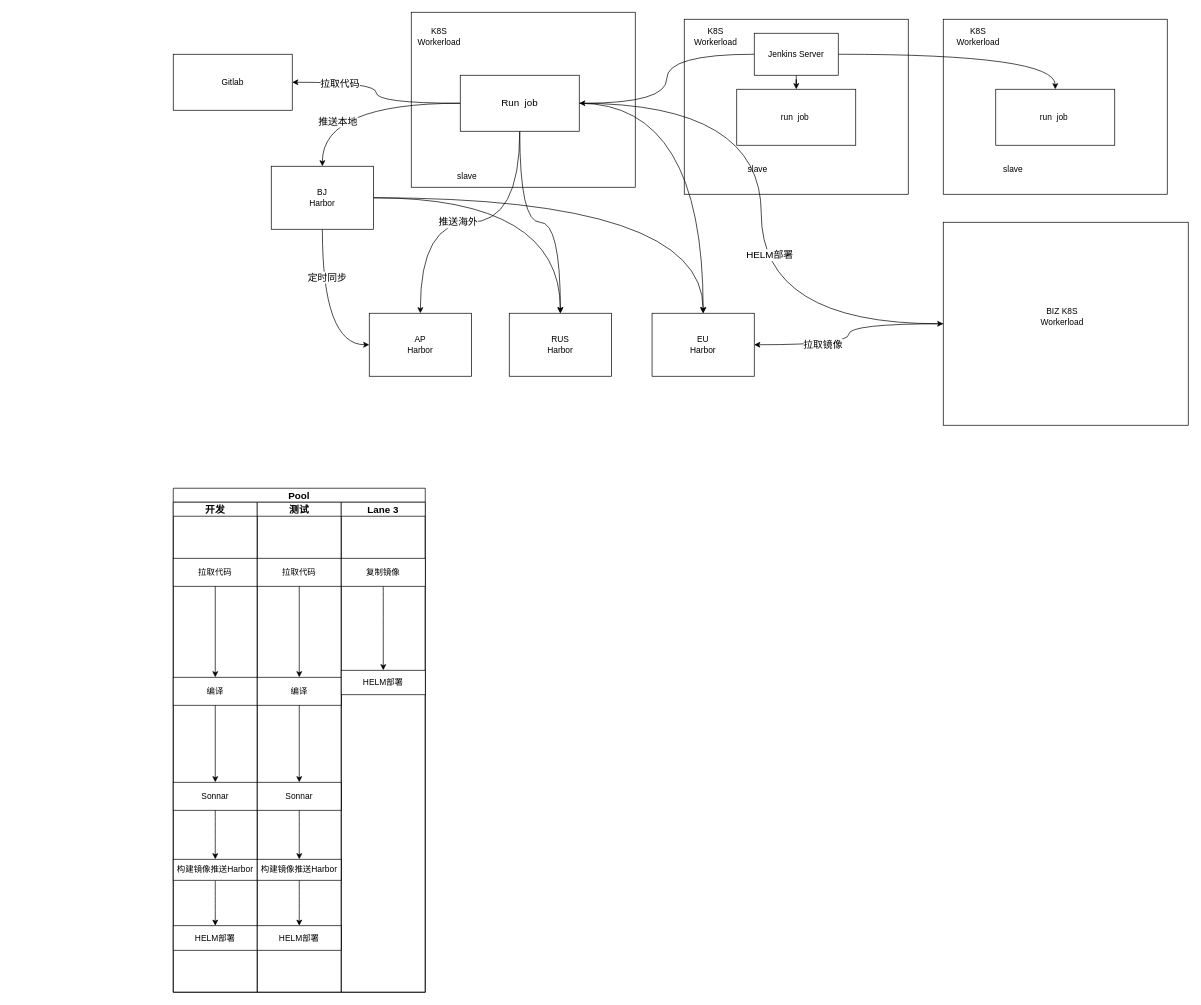
The draw.io diagram ci/cd.drawio in 463024907/zabbix-report, before the edit. Source tidied: cells renumbered, new cells numbered last; positions are measured from the earlier drawing's top-left corner, leaving out a move shared by most shapes. Both pictures are drawn from the tidied source at 70%, with x=0, y=0 at pixel (173, 12).
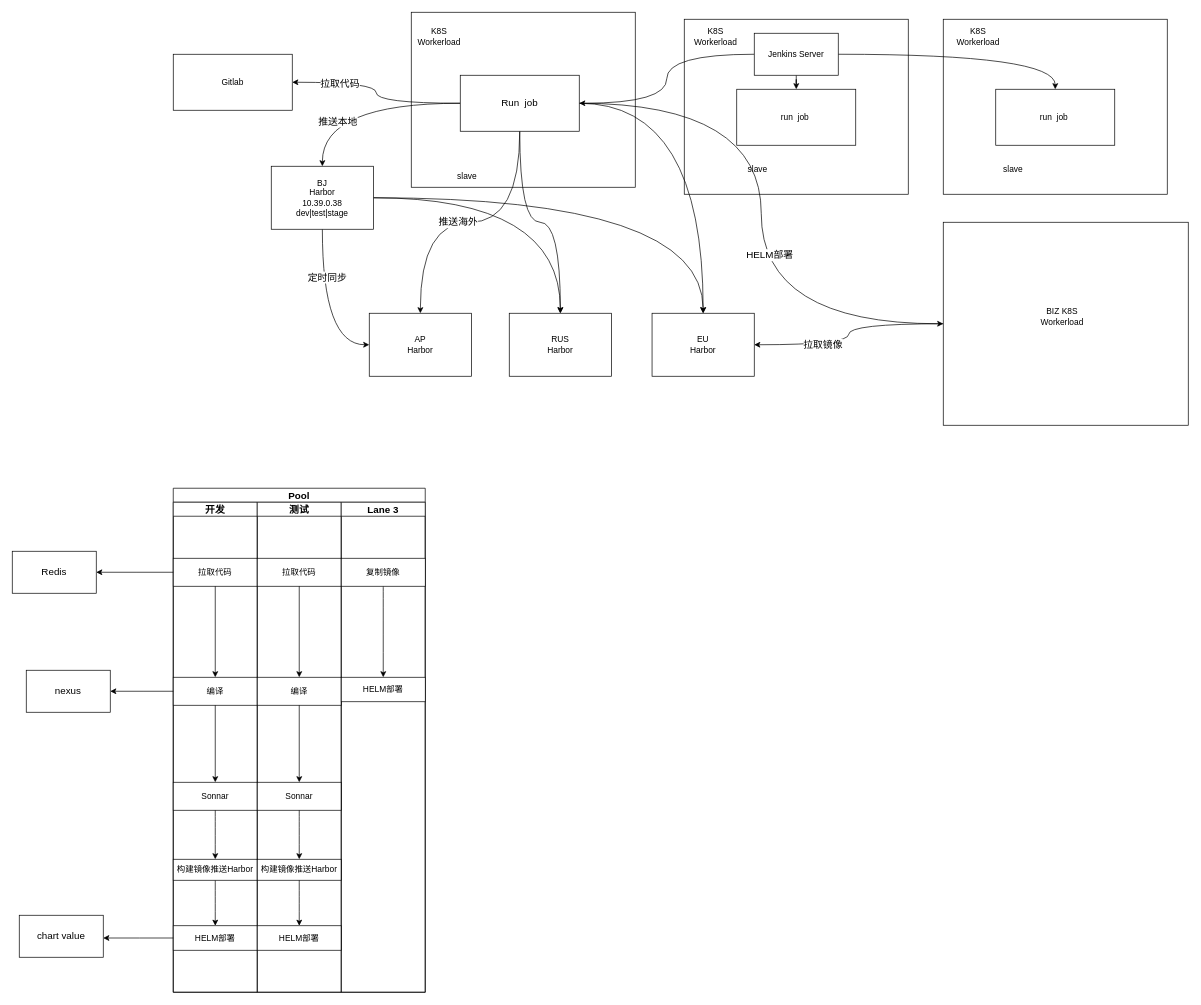
The same diagram, later.

Unchanged cells that the change refers to:
```xml
<mxCell id="44" value="拉取代码" style="rounded=0;whiteSpace=wrap;html=1;" parent="43" vertex="1">
  <mxGeometry y="80" width="120" height="40" as="geometry" />
</mxCell>
<mxCell id="45" value="编译" style="rounded=0;whiteSpace=wrap;html=1;" parent="43" vertex="1">
  <mxGeometry y="250" width="120" height="40" as="geometry" />
</mxCell>
<mxCell id="52" value="HELM部署" style="whiteSpace=wrap;html=1;rounded=0;" parent="43" vertex="1">
  <mxGeometry y="605" width="120" height="35" as="geometry" />
</mxCell>
<mxCell id="63" value="Lane 3" style="swimlane;startSize=20;fontSize=14;" parent="42" vertex="1">
  <mxGeometry x="240" y="20" width="120" height="700" as="geometry" />
</mxCell>
```

Diff of the diagram source:
```diff
@@
-    <mxCell id="6" value="BJ&lt;br&gt;Harbor" style="whiteSpace=wrap;html=1;rounded=0;" parent="1" vertex="1">
+    <mxCell id="6" value="BJ&lt;br&gt;Harbor&lt;br&gt;10.39.0.38&lt;br&gt;dev|test|stage" style="whiteSpace=wrap;html=1;rounded=0;" parent="1" vertex="1">
       <mxGeometry x="140" y="220" width="146" height="90" as="geometry" />
     </mxCell>
@@
     <mxCell id="64" value="HELM部署" style="whiteSpace=wrap;html=1;rounded=0;" parent="63" vertex="1">
-      <mxGeometry y="240" width="120" height="35" as="geometry" />
+      <mxGeometry y="250" width="120" height="35" as="geometry" />
     </mxCell>
@@
+    <mxCell id="67" style="edgeStyle=orthogonalEdgeStyle;curved=1;rounded=0;jettySize=auto;html=1;fontSize=14;" parent="1" edge="1" source="44">
+      <mxGeometry relative="1" as="geometry">
+        <mxPoint x="-110" y="800" as="targetPoint" />
+      </mxGeometry>
+    </mxCell>
+    <mxCell id="68" value="Redis" style="rounded=0;whiteSpace=wrap;html=1;fontSize=14;" parent="1" vertex="1">
+      <mxGeometry x="-230" y="770" width="120" height="60" as="geometry" />
+    </mxCell>
+    <mxCell id="69" style="edgeStyle=orthogonalEdgeStyle;curved=1;rounded=0;jettySize=auto;html=1;fontSize=14;" parent="1" edge="1" source="45">
+      <mxGeometry relative="1" as="geometry">
+        <mxPoint x="-90" y="970" as="targetPoint" />
+      </mxGeometry>
+    </mxCell>
+    <mxCell id="70" value="nexus" style="rounded=0;whiteSpace=wrap;html=1;fontSize=14;" parent="1" vertex="1">
+      <mxGeometry x="-210" y="940" width="120" height="60" as="geometry" />
+    </mxCell>
+    <mxCell id="71" style="edgeStyle=orthogonalEdgeStyle;curved=1;rounded=0;jettySize=auto;html=1;fontSize=14;" parent="1" edge="1" source="52">
+      <mxGeometry relative="1" as="geometry">
+        <mxPoint x="-100" y="1322.5" as="targetPoint" />
+      </mxGeometry>
+    </mxCell>
+    <mxCell id="72" value="chart value" style="rounded=0;whiteSpace=wrap;html=1;fontSize=14;" parent="1" vertex="1">
+      <mxGeometry x="-220" y="1290" width="120" height="60" as="geometry" />
+    </mxCell>
```
